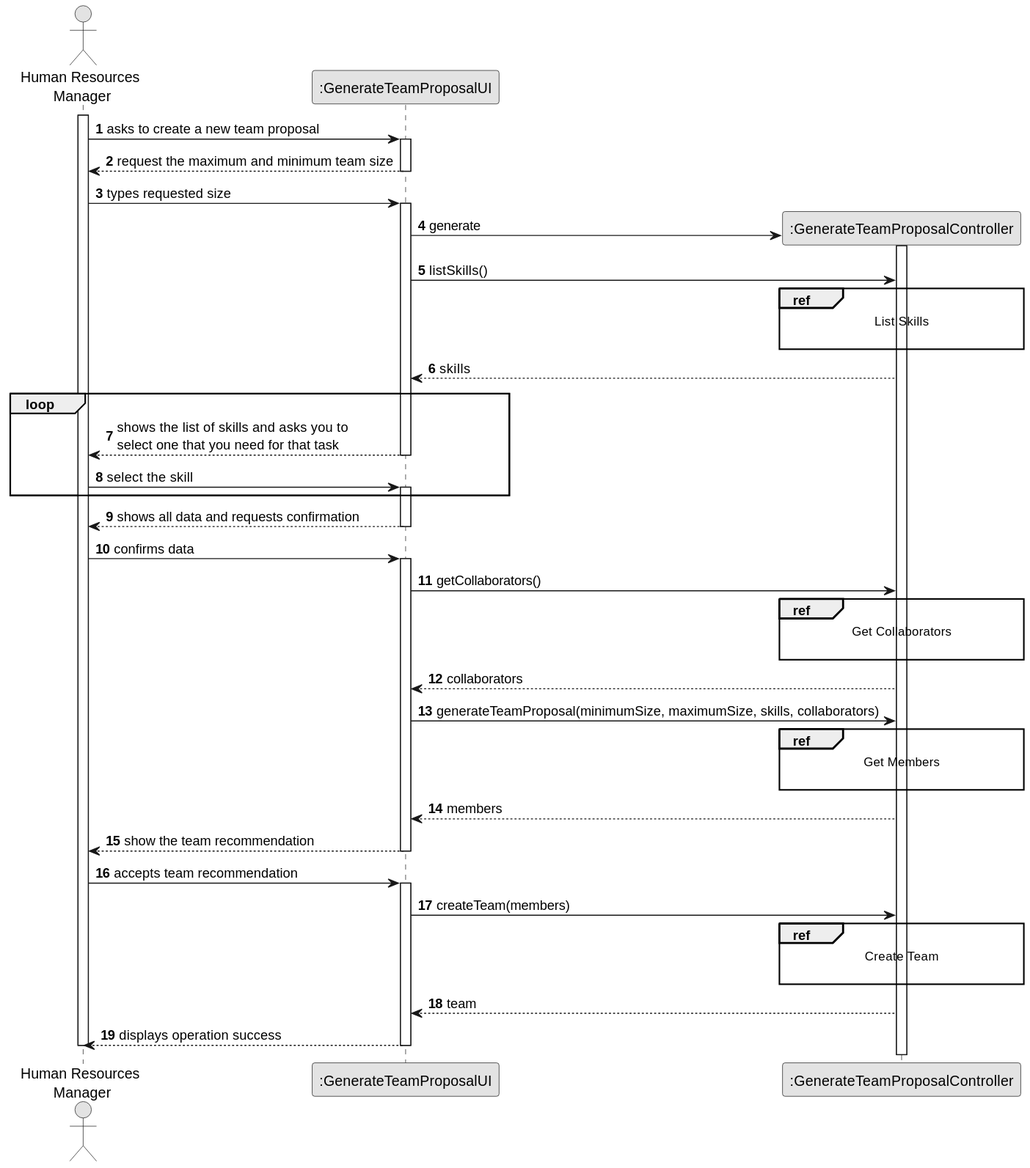
This is docs/sprintC/us005/03.design/svg/us005-sequence-diagram-split.svg from diogoveirospro/lei-24-s2-1dg-g072, a PlantUML export, as it was before one commit. Its diagram source:
```plantuml
@startuml
skinparam monochrome true
skinparam packageStyle rectangle
skinparam shadowing false

autonumber

actor "Human Resources\n Manager" as HRM
participant ":GenerateTeamProposalUI" as UI
participant ":GenerateTeamProposalController" as CTRL

activate HRM

    HRM -> UI : asks to create a new team proposal
    activate UI

        UI --> HRM : request the maximum and minimum team size
    deactivate UI

    HRM -> UI : types requested size
    activate UI

        UI -> CTRL** : generate
        activate CTRL

        UI -> CTRL : listSkills()

            ref over CTRL
                List Skills

            end

            CTRL --> UI : skills

    loop
        UI --> HRM: shows the list of skills and asks you to \nselect one that you need for that task
    deactivate UI

    HRM -> UI: select the skill
    activate UI

    end

        UI --> HRM: shows all data and requests confirmation
    deactivate UI

    HRM -> UI: confirms data
    activate UI

        UI -> CTRL: getCollaborators()

            ref over CTRL
                Get Collaborators

            end

            CTRL --> UI: collaborators

        UI -> CTRL: generateTeamProposal(minimumSize, maximumSize, skills, collaborators)

            ref over CTRL
                Get Members

            end

            CTRL --> UI: members

    UI --> HRM: show the team recommendation
    deactivate UI

    HRM -> UI: accepts team recommendation
    activate UI

        UI -> CTRL: createTeam(members)

            ref over CTRL
                Create Team

            end

            CTRL --> UI: team

        UI --> HRM: displays operation success
    deactivate UI

deactivate HRM
@enduml
```
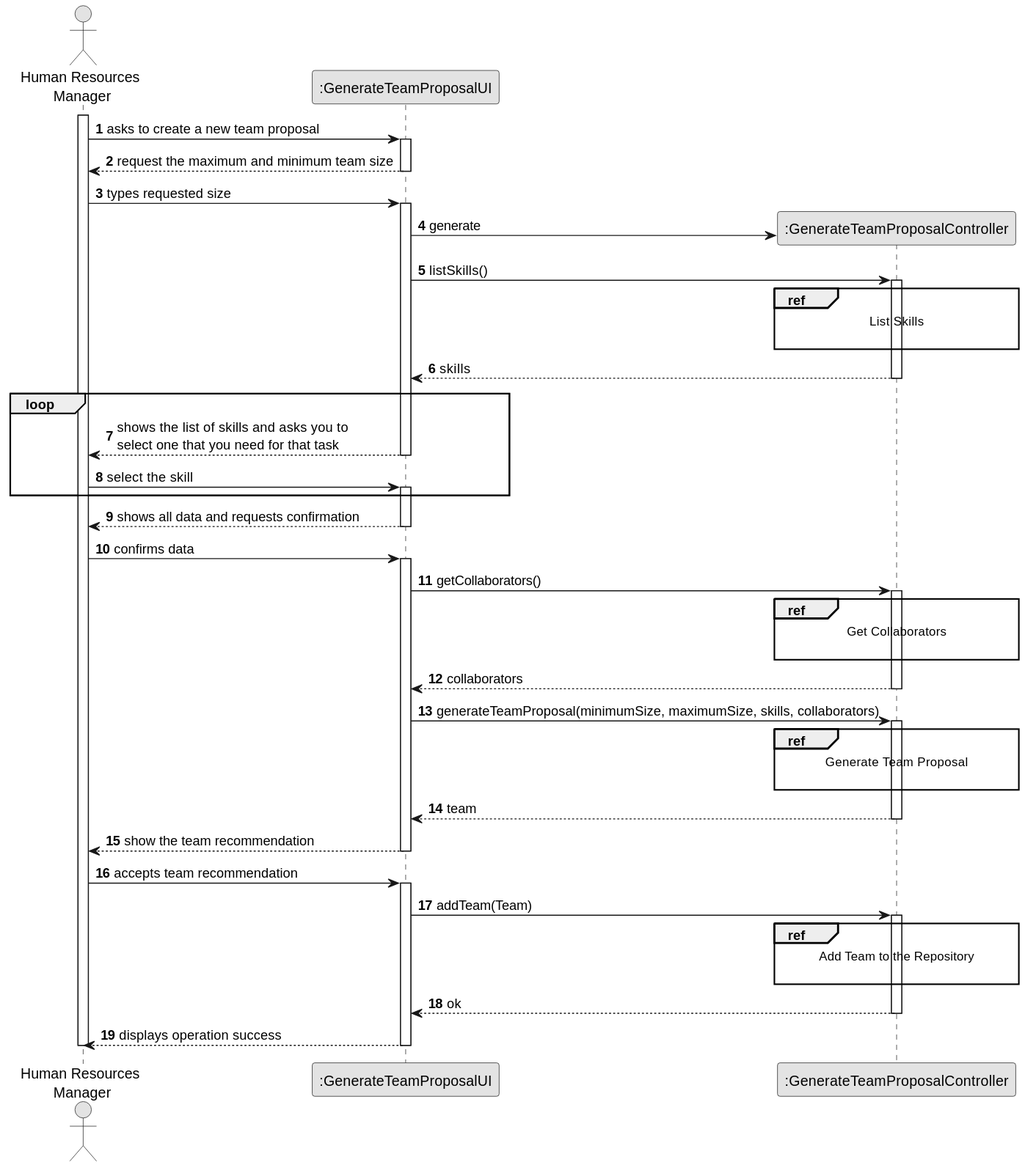
Above is the later version.

The edit, as a diff of the source:
```diff
@@ -8,6 +8,7 @@
 actor "Human Resources\n Manager" as HRM
 participant ":GenerateTeamProposalUI" as UI
 participant ":GenerateTeamProposalController" as CTRL
+
 
 activate HRM
 
@@ -21,16 +22,18 @@
     activate UI
 
         UI -> CTRL** : generate
+
+
+        UI -> CTRL : listSkills()
         activate CTRL
 
-        UI -> CTRL : listSkills()
+           ref over CTRL
+           List Skills
 
-            ref over CTRL
-                List Skills
-
-            end
+           end
 
             CTRL --> UI : skills
+        deactivate CTRL
 
     loop
         UI --> HRM: shows the list of skills and asks you to \nselect one that you need for that task
@@ -48,37 +51,43 @@
     activate UI
 
         UI -> CTRL: getCollaborators()
+        activate CTRL
 
             ref over CTRL
-                Get Collaborators
+            Get Collaborators
 
             end
 
             CTRL --> UI: collaborators
+        deactivate CTRL
 
         UI -> CTRL: generateTeamProposal(minimumSize, maximumSize, skills, collaborators)
+        activate CTRL
 
             ref over CTRL
-                Get Members
+            Generate Team Proposal
 
             end
 
-            CTRL --> UI: members
+            CTRL --> UI: team
+        deactivate CTRL
 
-    UI --> HRM: show the team recommendation
+        UI --> HRM: show the team recommendation
     deactivate UI
 
     HRM -> UI: accepts team recommendation
     activate UI
 
-        UI -> CTRL: createTeam(members)
+        UI -> CTRL: addTeam(Team)
+        activate CTRL
 
             ref over CTRL
-                Create Team
+            Add Team to the Repository
 
             end
 
-            CTRL --> UI: team
+        CTRL --> UI: ok
+        deactivate CTRL
 
         UI --> HRM: displays operation success
     deactivate UI
```
